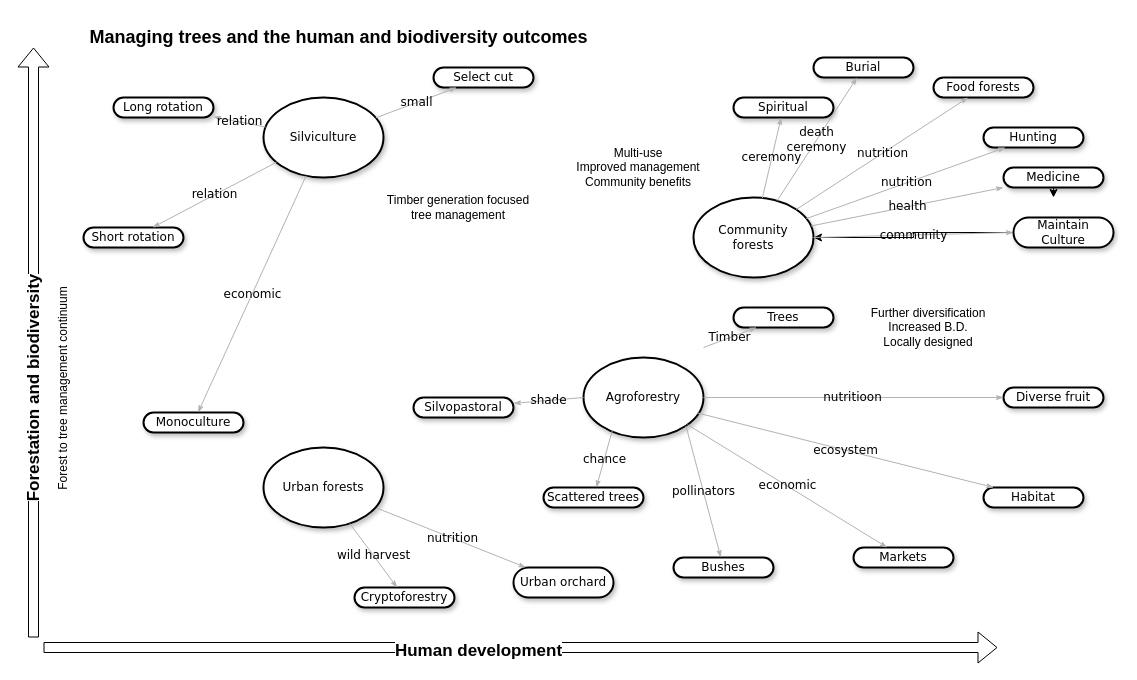
Before: diagram_forestry.drawio in CWWhitney/ethnoforestry_agroforestry, a draw.io diagram. Source tidied: cells renumbered, new cells numbered last; positions are measured from the earlier drawing's top-left corner, leaving out a move shared by most shapes. Both pictures are drawn from the tidied source at 100%, with x=0, y=0 at pixel (-77, 17).
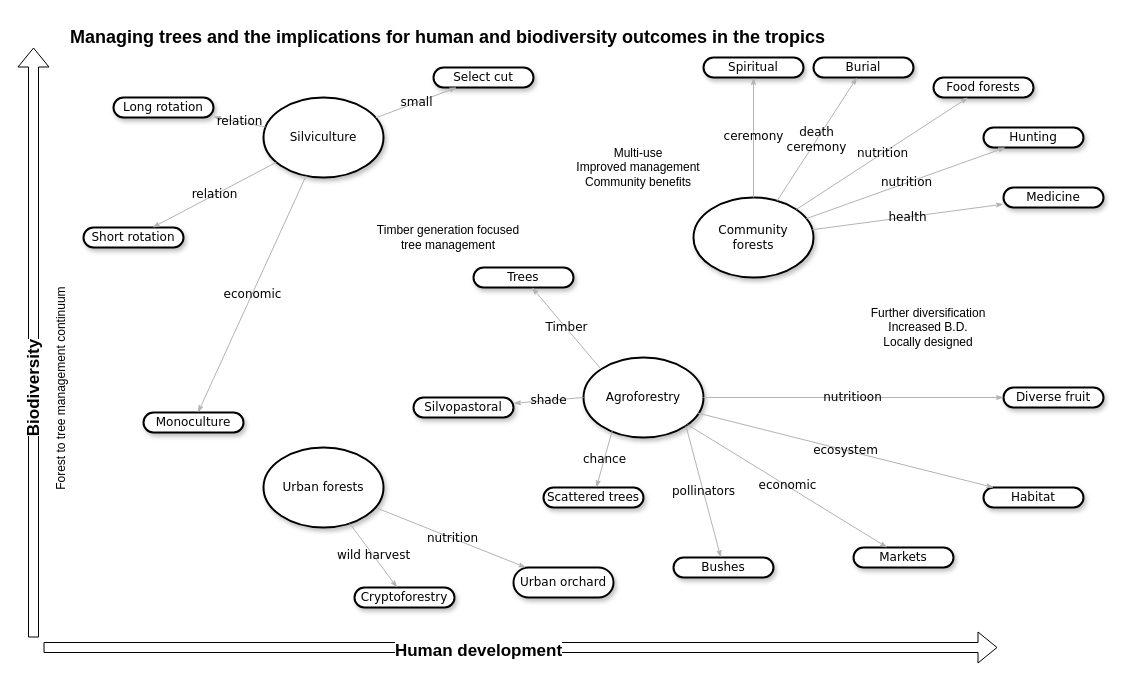
The same diagram, later.

Unchanged cells that the change refers to:
```xml
<mxCell id="3" value="Community &lt;br&gt;forests" style="ellipse;whiteSpace=wrap;html=1;rounded=1;shadow=1;comic=0;labelBackgroundColor=none;strokeWidth=2;fontFamily=Verdana;fontSize=12;align=center;" parent="1" vertex="1">
  <mxGeometry x="770" y="180" width="120" height="80" as="geometry" />
</mxCell>
<mxCell id="4" value="&lt;span&gt;Agroforestry&lt;/span&gt;" style="ellipse;whiteSpace=wrap;html=1;rounded=1;shadow=1;comic=0;labelBackgroundColor=none;strokeWidth=2;fontFamily=Verdana;fontSize=12;align=center;" parent="1" vertex="1">
  <mxGeometry x="660" y="340" width="120" height="80" as="geometry" />
</mxCell>
<mxCell id="38" style="shape=flexArrow;endArrow=classic;html=1;rounded=0;fontSize=18;" parent="1" edge="1">
  <mxGeometry relative="1" as="geometry">
    <mxPoint x="110" y="620" as="sourcePoint" />
    <mxPoint x="110" y="30" as="targetPoint" />
  </mxGeometry>
</mxCell>
```

Change to the diagram source:
```diff
@@
     <mxCell id="8" value="&lt;span&gt;Spiritual&lt;/span&gt;" style="whiteSpace=wrap;html=1;rounded=1;shadow=1;comic=0;labelBackgroundColor=none;strokeWidth=2;fontFamily=Verdana;fontSize=12;align=center;arcSize=50;" parent="1" vertex="1">
-      <mxGeometry x="810" y="80" width="100" height="20" as="geometry" />
+      <mxGeometry x="780" y="40" width="100" height="20" as="geometry" />
     </mxCell>
@@
     <mxCell id="15" value="&lt;span&gt;Medicine&lt;/span&gt;" style="whiteSpace=wrap;html=1;rounded=1;shadow=1;comic=0;labelBackgroundColor=none;strokeWidth=2;fontFamily=Verdana;fontSize=12;align=center;arcSize=50;" parent="1" vertex="1">
-      <mxGeometry x="1080" y="150" width="100" height="20" as="geometry" />
+      <mxGeometry x="1080" y="170" width="100" height="20" as="geometry" />
     </mxCell>
@@
     <mxCell id="30" value="&lt;span&gt;Trees&lt;/span&gt;" style="whiteSpace=wrap;html=1;rounded=1;shadow=1;comic=0;labelBackgroundColor=none;strokeWidth=2;fontFamily=Verdana;fontSize=12;align=center;arcSize=50;" parent="1" vertex="1">
-      <mxGeometry x="810" y="290" width="100" height="20" as="geometry" />
+      <mxGeometry x="550" y="250" width="100" height="20" as="geometry" />
     </mxCell>
@@
-    <mxCell id="37" value="Timber" style="edgeStyle=none;rounded=1;html=1;labelBackgroundColor=none;startArrow=none;startFill=0;startSize=5;endArrow=classicThin;endFill=1;endSize=5;jettySize=auto;strokeColor=#B3B3B3;strokeWidth=1;fontFamily=Verdana;fontSize=12;" parent="1" edge="1" target="30">
-      <mxGeometry relative="1" as="geometry">
-        <mxPoint x="780" y="330" as="sourcePoint" />
-      </mxGeometry>
+    <mxCell id="37" value="Timber" style="edgeStyle=none;rounded=1;html=1;labelBackgroundColor=none;startArrow=none;startFill=0;startSize=5;endArrow=classicThin;endFill=1;endSize=5;jettySize=auto;strokeColor=#B3B3B3;strokeWidth=1;fontFamily=Verdana;fontSize=12;exitX=0;exitY=0;exitDx=0;exitDy=0;" parent="1" edge="1" source="4" target="30">
+      <mxGeometry relative="1" as="geometry" />
     </mxCell>
@@
-    <mxCell id="39" value="&lt;font style=&quot;font-size: 17px;&quot;&gt;Forestation and biodiversity&lt;/font&gt;" style="edgeLabel;html=1;align=center;verticalAlign=middle;rotation=-90;fontStyle=1;" parent="38" vertex="1">
+    <mxCell id="39" value="&lt;font style=&quot;font-size: 17px;&quot;&gt;Biodiversity&lt;/font&gt;" style="edgeLabel;html=1;align=center;verticalAlign=middle;rotation=-90;fontStyle=1;" parent="38" vertex="1">
       <mxGeometry x="-0.16" relative="1" as="geometry" />
     </mxCell>
@@
-    <mxCell id="44" style="edgeStyle=orthogonalEdgeStyle;rounded=0;jettySize=auto;html=1;" parent="1" edge="1" source="45" target="3">
-      <mxGeometry relative="1" as="geometry" />
-    </mxCell>
-    <mxCell id="45" value="&lt;span&gt;Maintain Culture&lt;/span&gt;" style="whiteSpace=wrap;html=1;rounded=1;shadow=1;comic=0;labelBackgroundColor=none;strokeWidth=2;fontFamily=Verdana;fontSize=12;align=center;arcSize=50;" parent="1" vertex="1">
-      <mxGeometry x="1090" y="200" width="100" height="30" as="geometry" />
-    </mxCell>
-    <mxCell id="46" value="community" style="edgeStyle=none;rounded=1;html=1;labelBackgroundColor=none;startArrow=none;startFill=0;startSize=5;endArrow=classicThin;endFill=1;endSize=5;jettySize=auto;strokeColor=#B3B3B3;strokeWidth=1;fontFamily=Verdana;fontSize=12;entryX=0;entryY=0.5;entryDx=0;entryDy=0;exitX=1;exitY=0.5;exitDx=0;exitDy=0;" parent="1" edge="1" source="3" target="45">
-      <mxGeometry relative="1" as="geometry" />
-    </mxCell>
@@
-    <mxCell id="49" value="&lt;b&gt;&lt;font style=&quot;font-size: 18px;&quot;&gt;Managing trees and the human and biodiversity outcomes&lt;/font&gt;&lt;/b&gt;" style="text;html=1;align=center;verticalAlign=middle;strokeColor=none;fillColor=none;" parent="1" vertex="1">
-      <mxGeometry x="155" width="520" height="40" as="geometry" />
+    <mxCell id="49" value="&lt;b&gt;&lt;font style=&quot;font-size: 18px;&quot;&gt;Managing trees and the implications for human and biodiversity outcomes in the tropics&lt;/font&gt;&lt;/b&gt;" style="text;html=1;align=center;verticalAlign=middle;strokeColor=none;fillColor=none;" parent="1" vertex="1">
+      <mxGeometry x="134" width="780" height="40" as="geometry" />
     </mxCell>
@@
     <mxCell id="55" value="Timber generation focused tree management" style="text;html=1;strokeColor=none;fillColor=none;align=center;verticalAlign=middle;whiteSpace=wrap;rounded=0;" parent="1" vertex="1">
-      <mxGeometry x="460" y="160" width="150" height="60" as="geometry" />
+      <mxGeometry x="450" y="190" width="150" height="60" as="geometry" />
     </mxCell>
     <mxCell id="56" value="Forest to tree management continuum" style="text;html=1;strokeColor=none;fillColor=none;align=center;verticalAlign=middle;whiteSpace=wrap;rounded=0;rotation=-90;" parent="1" vertex="1">
-      <mxGeometry y="341" width="280" height="60" as="geometry" />
+      <mxGeometry x="-1.8" y="360.2" width="280" height="21.5" as="geometry" />
     </mxCell>
```
